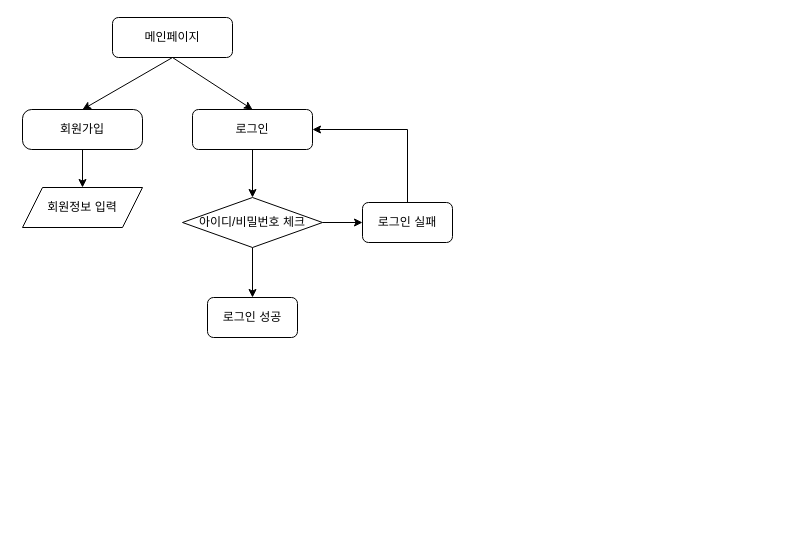
Above: Untitled Diagram.drawio in HeaJunjju/test (draw.io), before the change. Source tidied: cells renumbered, new cells numbered last; positions are measured from the earlier drawing's top-left corner, leaving out a move shared by most shapes. Both pictures are drawn from the tidied source at 100%, with x=0, y=0 at pixel (22, 17).
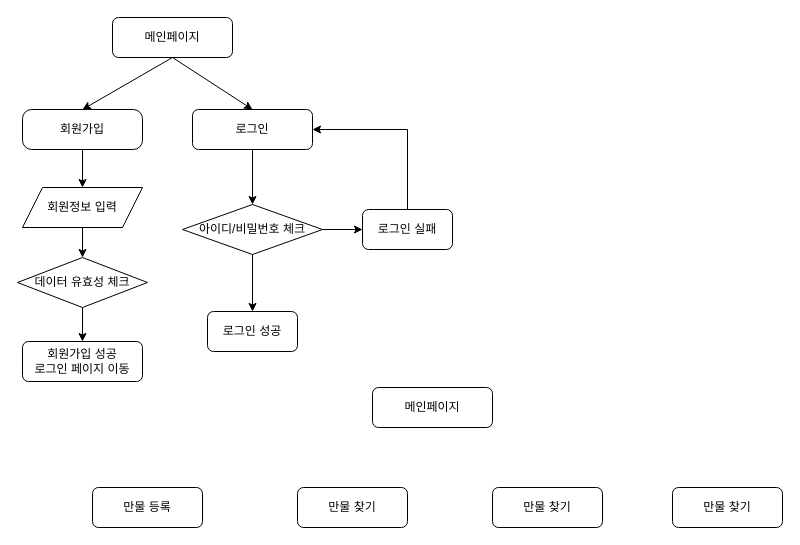
After the change.

Unchanged cells that the change refers to:
```xml
<mxCell id="15" value="회원정보 입력" style="shape=parallelogram;perimeter=parallelogramPerimeter;whiteSpace=wrap;html=1;fixedSize=1;" parent="1" vertex="1">
  <mxGeometry y="170" width="120" height="40" as="geometry" />
</mxCell>
```

The edit, as a diff of the source:
```diff
@@
     <mxCell id="11" value="아이디/비밀번호 체크" style="rhombus;whiteSpace=wrap;html=1;" parent="1" vertex="1">
-      <mxGeometry x="160" y="180" width="140" height="50" as="geometry" />
+      <mxGeometry x="160" y="187" width="140" height="50" as="geometry" />
     </mxCell>
     <mxCell id="12" value="로그인 성공" style="rounded=1;whiteSpace=wrap;html=1;" parent="1" vertex="1">
-      <mxGeometry x="185" y="280" width="90" height="40" as="geometry" />
+      <mxGeometry x="185" y="294" width="90" height="40" as="geometry" />
     </mxCell>
@@
     <mxCell id="14" value="로그인 실패" style="rounded=1;whiteSpace=wrap;html=1;" parent="1" vertex="1">
-      <mxGeometry x="340" y="185" width="90" height="40" as="geometry" />
+      <mxGeometry x="340" y="192" width="90" height="40" as="geometry" />
     </mxCell>
+    <mxCell id="16" style="edgeStyle=none;rounded=0;jettySize=auto;html=1;exitX=0.5;exitY=1;exitDx=0;exitDy=0;entryX=0.5;entryY=0;entryDx=0;entryDy=0;" parent="1" edge="1" source="15" target="18">
+      <mxGeometry relative="1" as="geometry" />
+    </mxCell>
@@
+    <mxCell id="17" style="edgeStyle=none;rounded=0;jettySize=auto;html=1;exitX=0.5;exitY=1;exitDx=0;exitDy=0;entryX=0.5;entryY=0;entryDx=0;entryDy=0;" parent="1" edge="1" source="18" target="19">
+      <mxGeometry relative="1" as="geometry" />
+    </mxCell>
+    <mxCell id="18" value="데이터 유효성 체크" style="rhombus;whiteSpace=wrap;html=1;" parent="1" vertex="1">
+      <mxGeometry x="-5" y="240" width="130" height="50" as="geometry" />
+    </mxCell>
+    <mxCell id="19" value="회원가입 성공&lt;br&gt;로그인 페이지 이동" style="rounded=1;whiteSpace=wrap;html=1;" parent="1" vertex="1">
+      <mxGeometry y="324" width="120" height="40" as="geometry" />
+    </mxCell>
+    <mxCell id="20" value="만물 등록" style="rounded=1;whiteSpace=wrap;html=1;" parent="1" vertex="1">
+      <mxGeometry x="70" y="470" width="110" height="40" as="geometry" />
+    </mxCell>
+    <mxCell id="21" value="만물 찾기" style="rounded=1;whiteSpace=wrap;html=1;" parent="1" vertex="1">
+      <mxGeometry x="275" y="470" width="110" height="40" as="geometry" />
+    </mxCell>
+    <mxCell id="22" value="메인페이지" style="rounded=1;whiteSpace=wrap;html=1;fontSize=12;glass=0;strokeWidth=1;shadow=0;" parent="1" vertex="1">
+      <mxGeometry x="350" y="370" width="120" height="40" as="geometry" />
+    </mxCell>
+    <mxCell id="23" value="만물 찾기" style="rounded=1;whiteSpace=wrap;html=1;" parent="1" vertex="1">
+      <mxGeometry x="470" y="470" width="110" height="40" as="geometry" />
+    </mxCell>
+    <mxCell id="24" value="만물 찾기" style="rounded=1;whiteSpace=wrap;html=1;" parent="1" vertex="1">
+      <mxGeometry x="650" y="470" width="110" height="40" as="geometry" />
+    </mxCell>
```
